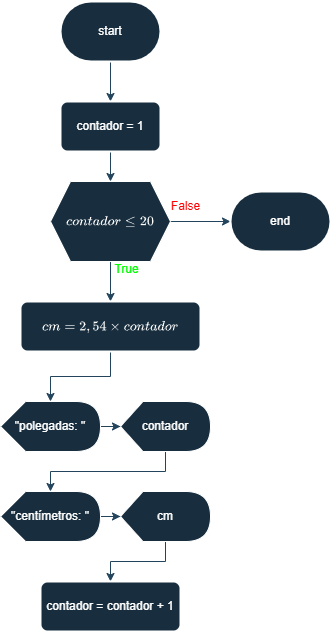
This is Parte-3/atividade5.png from kf-martins-uel/algoritmos-atividade1, a draw.io export, as it was before one commit. Source tidied: cells renumbered, new cells last; positions are measured from the earlier drawing's top-left corner, leaving out a move shared by most shapes.
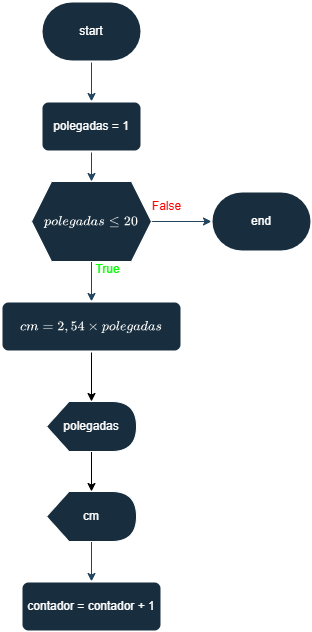
Later version of the same file.

The edit, as a diff of the source:
```diff
@@ -14,13 +14,13 @@
     <mxCell id="5" style="edgeStyle=orthogonalEdgeStyle;rounded=0;jettySize=auto;html=1;entryX=0.5;entryY=0;entryDx=0;entryDy=0;labelBackgroundColor=none;strokeColor=#23445D;fontColor=default;" parent="1" edge="1" source="6" target="12">
       <mxGeometry relative="1" as="geometry" />
     </mxCell>
-    <mxCell id="6" value="$$contador \leq 20$$" style="shape=hexagon;perimeter=hexagonPerimeter2;whiteSpace=wrap;html=1;fixedSize=1;labelBackgroundColor=none;fillColor=#182E3E;strokeColor=#FFFFFF;fontColor=#FFFFFF;" parent="1" vertex="1">
+    <mxCell id="6" value="$$polegadas\leq 20$$" style="shape=hexagon;perimeter=hexagonPerimeter2;whiteSpace=wrap;html=1;fixedSize=1;labelBackgroundColor=none;fillColor=#182E3E;strokeColor=#FFFFFF;fontColor=#FFFFFF;" parent="1" vertex="1">
       <mxGeometry x="50" y="180" width="120" height="80" as="geometry" />
     </mxCell>
     <mxCell id="7" style="edgeStyle=orthogonalEdgeStyle;rounded=0;jettySize=auto;html=1;entryX=0.5;entryY=0;entryDx=0;entryDy=0;labelBackgroundColor=none;strokeColor=#23445D;fontColor=default;" parent="1" edge="1" source="8" target="6">
       <mxGeometry relative="1" as="geometry" />
     </mxCell>
-    <mxCell id="8" value="contador = 1" style="rounded=1;whiteSpace=wrap;html=1;absoluteArcSize=1;arcSize=14;strokeWidth=2;labelBackgroundColor=none;fillColor=#182E3E;strokeColor=#FFFFFF;fontColor=#FFFFFF;" parent="1" vertex="1">
+    <mxCell id="8" value="polegadas = 1" style="rounded=1;whiteSpace=wrap;html=1;absoluteArcSize=1;arcSize=14;strokeWidth=2;labelBackgroundColor=none;fillColor=#182E3E;strokeColor=#FFFFFF;fontColor=#FFFFFF;" parent="1" vertex="1">
       <mxGeometry x="60" y="100" width="100" height="50" as="geometry" />
     </mxCell>
     <mxCell id="9" value="&lt;font style=&quot;color: light-dark(rgb(255, 0, 0), rgb(255, 0, 0));&quot;&gt;False&lt;/font&gt;" style="text;html=1;align=center;verticalAlign=middle;strokeColor=none;fillColor=none;fontColor=#FFFFFF;labelBackgroundColor=none;" parent="1" vertex="1">
@@ -29,40 +29,23 @@
     <mxCell id="10" value="end" style="strokeWidth=2;html=1;shape=mxgraph.flowchart.terminator;whiteSpace=wrap;labelBackgroundColor=none;fillColor=#182E3E;strokeColor=#FFFFFF;fontColor=#FFFFFF;" parent="1" vertex="1">
       <mxGeometry x="230" y="190" width="100" height="60" as="geometry" />
     </mxCell>
-    <mxCell id="11" style="edgeStyle=orthogonalEdgeStyle;rounded=0;jettySize=auto;html=1;labelBackgroundColor=none;strokeColor=#23445D;fontColor=default;" parent="1" edge="1" source="12" target="14">
-      <mxGeometry relative="1" as="geometry" />
-    </mxCell>
+    <mxCell id="23" style="edgeStyle=orthogonalEdgeStyle;rounded=0;jettySize=auto;html=1;" parent="1" edge="1" source="12" target="16">
+      <mxGeometry relative="1" as="geometry" />
+    </mxCell>
-    <mxCell id="12" value="$$cm = 2,54 \times contador$$" style="rounded=1;whiteSpace=wrap;html=1;absoluteArcSize=1;arcSize=14;strokeWidth=2;labelBackgroundColor=none;fillColor=#182E3E;strokeColor=#FFFFFF;fontColor=#FFFFFF;" parent="1" vertex="1">
+    <mxCell id="12" value="$$cm = 2,54 \times polegadas$$" style="rounded=1;whiteSpace=wrap;html=1;absoluteArcSize=1;arcSize=14;strokeWidth=2;labelBackgroundColor=none;fillColor=#182E3E;strokeColor=#FFFFFF;fontColor=#FFFFFF;" parent="1" vertex="1">
       <mxGeometry x="20" y="300" width="180" height="50" as="geometry" />
     </mxCell>
-    <mxCell id="13" style="edgeStyle=orthogonalEdgeStyle;rounded=0;jettySize=auto;html=1;labelBackgroundColor=none;strokeColor=#23445D;fontColor=default;" parent="1" edge="1" source="14" target="16">
-      <mxGeometry relative="1" as="geometry" />
-    </mxCell>
-    <mxCell id="14" value="&quot;polegadas: &quot;" style="shape=display;whiteSpace=wrap;html=1;labelBackgroundColor=none;fillColor=#182E3E;strokeColor=#FFFFFF;fontColor=#FFFFFF;" parent="1" vertex="1">
-      <mxGeometry y="400" width="100" height="50" as="geometry" />
-    </mxCell>
-    <mxCell id="15" style="edgeStyle=orthogonalEdgeStyle;rounded=0;jettySize=auto;html=1;labelBackgroundColor=none;strokeColor=#23445D;fontColor=default;" parent="1" edge="1" source="16" target="18">
-      <mxGeometry relative="1" as="geometry">
-        <Array as="points">
-          <mxPoint x="165" y="470" />
-          <mxPoint x="50" y="470" />
-        </Array>
-      </mxGeometry>
-    </mxCell>
+    <mxCell id="24" style="edgeStyle=orthogonalEdgeStyle;rounded=0;jettySize=auto;html=1;" parent="1" edge="1" source="16" target="20">
+      <mxGeometry relative="1" as="geometry" />
+    </mxCell>
-    <mxCell id="16" value="contador" style="shape=display;whiteSpace=wrap;html=1;labelBackgroundColor=none;fillColor=#182E3E;strokeColor=#FFFFFF;fontColor=#FFFFFF;" parent="1" vertex="1">
-      <mxGeometry x="120" y="400" width="90" height="50" as="geometry" />
+    <mxCell id="16" value="polegadas" style="shape=display;whiteSpace=wrap;html=1;labelBackgroundColor=none;fillColor=#182E3E;strokeColor=#FFFFFF;fontColor=#FFFFFF;" parent="1" vertex="1">
+      <mxGeometry x="65" y="400" width="90" height="50" as="geometry" />
     </mxCell>
-    <mxCell id="17" style="edgeStyle=orthogonalEdgeStyle;rounded=0;jettySize=auto;html=1;labelBackgroundColor=none;strokeColor=#23445D;fontColor=default;" parent="1" edge="1" source="18" target="20">
-      <mxGeometry relative="1" as="geometry" />
-    </mxCell>
-    <mxCell id="18" value="&quot;centímetros: &quot;" style="shape=display;whiteSpace=wrap;html=1;labelBackgroundColor=none;fillColor=#182E3E;strokeColor=#FFFFFF;fontColor=#FFFFFF;" parent="1" vertex="1">
-      <mxGeometry y="490" width="100" height="50" as="geometry" />
-    </mxCell>
     <mxCell id="19" style="edgeStyle=orthogonalEdgeStyle;rounded=0;jettySize=auto;html=1;strokeColor=#23445D;" parent="1" edge="1" source="20" target="21">
       <mxGeometry relative="1" as="geometry" />
     </mxCell>
     <mxCell id="20" value="cm" style="shape=display;whiteSpace=wrap;html=1;labelBackgroundColor=none;fillColor=#182E3E;strokeColor=#FFFFFF;fontColor=#FFFFFF;" parent="1" vertex="1">
-      <mxGeometry x="120" y="490" width="90" height="50" as="geometry" />
+      <mxGeometry x="65" y="490" width="90" height="50" as="geometry" />
     </mxCell>
     <mxCell id="21" value="contador = contador + 1" style="rounded=1;whiteSpace=wrap;html=1;absoluteArcSize=1;arcSize=14;strokeWidth=2;labelBackgroundColor=none;fillColor=#182E3E;strokeColor=#FFFFFF;fontColor=#FFFFFF;" parent="1" vertex="1">
       <mxGeometry x="40" y="580" width="140" height="50" as="geometry" />
```
